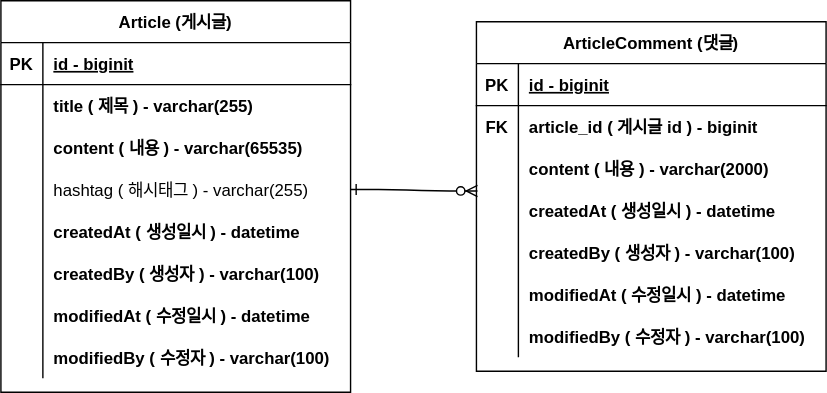
dlsvmfjsrkddml1/board-project keeps this draw.io diagram as document/project-board-erd.svg. Above is the earlier version. Source tidied: cells renumbered, new cells last; positions are measured from the earlier drawing's top-left corner, leaving out a move shared by most shapes.
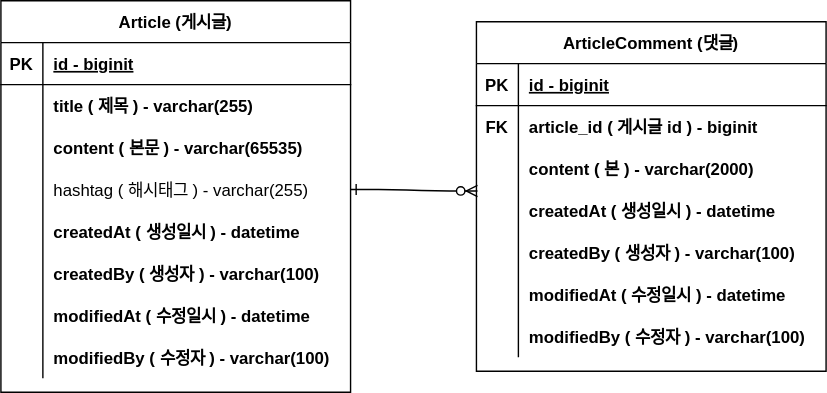
Later version of the same file.

Commit message:
#8 - ERD 주석 업데이트 project-board-erd.svg

Change to the diagram source:
```diff
@@ -32,7 +32,7 @@
     <mxCell id="11" style="shape=partialRectangle;overflow=hidden;fillColor=none;top=0;left=0;bottom=0;right=0;" parent="10" vertex="1">
       <mxGeometry width="30" height="30" as="geometry" />
     </mxCell>
-    <mxCell id="12" value="content ( 내용 ) - varchar(65535)" style="shape=partialRectangle;overflow=hidden;fillColor=none;top=0;left=0;bottom=0;right=0;align=left;spacingLeft=6;fontStyle=1;" parent="10" vertex="1">
+    <mxCell id="12" value="content ( 본문 ) - varchar(65535)" style="shape=partialRectangle;overflow=hidden;fillColor=none;top=0;left=0;bottom=0;right=0;align=left;spacingLeft=6;fontStyle=1;" parent="10" vertex="1">
       <mxGeometry x="30" width="220" height="30" as="geometry" />
     </mxCell>
     <mxCell id="13" style="shape=partialRectangle;fillColor=none;points=[[0,0.5],[1,0.5]];portConstraint=eastwest;top=0;left=0;right=0;bottom=0;" parent="3" vertex="1">
@@ -107,7 +107,7 @@
     <mxCell id="36" style="shape=partialRectangle;overflow=hidden;fillColor=none;top=0;left=0;bottom=0;right=0;" parent="35" vertex="1">
       <mxGeometry width="30" height="30" as="geometry" />
     </mxCell>
-    <mxCell id="37" value="content ( 내용 ) - varchar(2000)" style="shape=partialRectangle;overflow=hidden;fillColor=none;top=0;left=0;bottom=0;right=0;align=left;spacingLeft=6;fontStyle=1;" parent="35" vertex="1">
+    <mxCell id="37" value="content ( 본 ) - varchar(2000)" style="shape=partialRectangle;overflow=hidden;fillColor=none;top=0;left=0;bottom=0;right=0;align=left;spacingLeft=6;fontStyle=1;" parent="35" vertex="1">
       <mxGeometry x="30" width="220" height="30" as="geometry" />
     </mxCell>
     <mxCell id="38" style="shape=partialRectangle;fillColor=none;points=[[0,0.5],[1,0.5]];portConstraint=eastwest;top=0;left=0;right=0;bottom=0;" parent="28" vertex="1">
```
